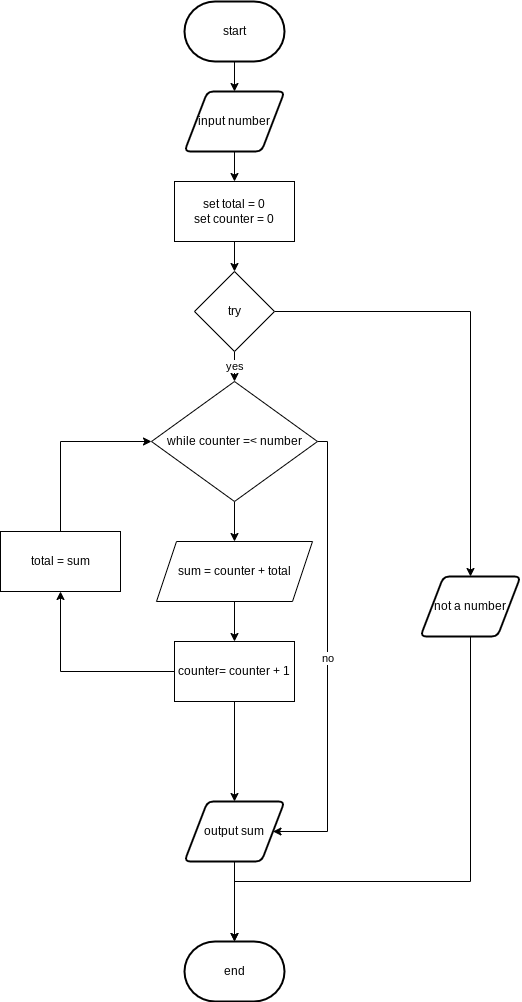
Earlier version of the draw.io export flow.png (devin-jhu/ICS3U-Unit4-03-Python). Source tidied: cells renumbered, new cells last; positions are measured from the earlier drawing's top-left corner, leaving out a move shared by most shapes. Its diagram source:
```xml
<mxGraphModel>
  <root>
    <mxCell id="0" />
    <mxCell id="1" parent="0" />
    <mxCell id="2" style="edgeStyle=none;html=1;exitX=0.5;exitY=1;exitDx=0;exitDy=0;exitPerimeter=0;entryX=0.5;entryY=0;entryDx=0;entryDy=0;" parent="1" edge="1" source="3" target="5">
      <mxGeometry relative="1" as="geometry" />
    </mxCell>
    <mxCell id="3" value="start" style="strokeWidth=2;html=1;shape=mxgraph.flowchart.terminator;whiteSpace=wrap;" parent="1" vertex="1">
      <mxGeometry x="184" width="100" height="60" as="geometry" />
    </mxCell>
    <mxCell id="4" style="edgeStyle=none;html=1;exitX=0.5;exitY=1;exitDx=0;exitDy=0;" parent="1" edge="1" source="5" target="18">
      <mxGeometry relative="1" as="geometry" />
    </mxCell>
    <mxCell id="5" value="input number" style="shape=parallelogram;html=1;strokeWidth=2;perimeter=parallelogramPerimeter;whiteSpace=wrap;rounded=1;arcSize=12;size=0.23;" parent="1" vertex="1">
      <mxGeometry x="184" y="90" width="100" height="60" as="geometry" />
    </mxCell>
    <mxCell id="6" style="edgeStyle=none;html=1;exitX=0.5;exitY=1;exitDx=0;exitDy=0;entryX=0.5;entryY=0;entryDx=0;entryDy=0;entryPerimeter=0;" parent="1" edge="1" source="7" target="8">
      <mxGeometry relative="1" as="geometry" />
    </mxCell>
    <mxCell id="7" value="output sum" style="shape=parallelogram;html=1;strokeWidth=2;perimeter=parallelogramPerimeter;whiteSpace=wrap;rounded=1;arcSize=12;size=0.23;" parent="1" vertex="1">
      <mxGeometry x="184" y="800" width="100" height="60" as="geometry" />
    </mxCell>
    <mxCell id="8" value="end" style="strokeWidth=2;html=1;shape=mxgraph.flowchart.terminator;whiteSpace=wrap;" parent="1" vertex="1">
      <mxGeometry x="184" y="940" width="100" height="60" as="geometry" />
    </mxCell>
    <mxCell id="9" value="yes" style="edgeStyle=none;html=1;exitX=0.5;exitY=1;exitDx=0;exitDy=0;entryX=0.5;entryY=0;entryDx=0;entryDy=0;" parent="1" edge="1" source="11" target="14">
      <mxGeometry relative="1" as="geometry" />
    </mxCell>
    <mxCell id="10" style="edgeStyle=orthogonalEdgeStyle;shape=connector;rounded=0;html=1;exitX=1;exitY=0.5;exitDx=0;exitDy=0;labelBackgroundColor=default;fontFamily=Helvetica;fontSize=11;fontColor=default;endArrow=classic;strokeColor=default;entryX=0.5;entryY=0;entryDx=0;entryDy=0;" parent="1" edge="1" source="11" target="26">
      <mxGeometry relative="1" as="geometry" />
    </mxCell>
    <mxCell id="11" value="try" style="rhombus;whiteSpace=wrap;html=1;" parent="1" vertex="1">
      <mxGeometry x="194" y="270" width="80" height="80" as="geometry" />
    </mxCell>
    <mxCell id="12" style="edgeStyle=none;html=1;entryX=0.5;entryY=0;entryDx=0;entryDy=0;" parent="1" edge="1" source="14" target="16">
      <mxGeometry relative="1" as="geometry" />
    </mxCell>
    <mxCell id="13" value="no" style="edgeStyle=orthogonalEdgeStyle;shape=connector;rounded=0;html=1;exitX=1;exitY=0.5;exitDx=0;exitDy=0;labelBackgroundColor=default;fontFamily=Helvetica;fontSize=11;fontColor=default;endArrow=classic;strokeColor=default;entryX=1;entryY=0.5;entryDx=0;entryDy=0;" parent="1" edge="1" source="14" target="7">
      <mxGeometry relative="1" as="geometry">
        <Array as="points">
          <mxPoint x="327" y="440" />
          <mxPoint x="327" y="830" />
        </Array>
      </mxGeometry>
    </mxCell>
    <mxCell id="14" value="while counter =&amp;lt; number" style="rhombus;whiteSpace=wrap;html=1;" parent="1" vertex="1">
      <mxGeometry x="151" y="380" width="166" height="120" as="geometry" />
    </mxCell>
    <mxCell id="15" style="edgeStyle=none;html=1;exitX=0.5;exitY=1;exitDx=0;exitDy=0;" parent="1" edge="1" source="16" target="22">
      <mxGeometry relative="1" as="geometry" />
    </mxCell>
    <mxCell id="16" value="sum = counter + total" style="shape=parallelogram;perimeter=parallelogramPerimeter;whiteSpace=wrap;html=1;fixedSize=1;" parent="1" vertex="1">
      <mxGeometry x="156" y="540" width="156" height="60" as="geometry" />
    </mxCell>
    <mxCell id="17" style="edgeStyle=none;html=1;exitX=0.5;exitY=1;exitDx=0;exitDy=0;entryX=0.5;entryY=0;entryDx=0;entryDy=0;" parent="1" edge="1" source="18" target="11">
      <mxGeometry relative="1" as="geometry" />
    </mxCell>
    <mxCell id="18" value="set total = 0&lt;br&gt;set counter = 0" style="rounded=0;whiteSpace=wrap;html=1;" parent="1" vertex="1">
      <mxGeometry x="174" y="180" width="120" height="60" as="geometry" />
    </mxCell>
    <mxCell id="19" style="edgeStyle=orthogonalEdgeStyle;html=1;exitX=0;exitY=0.5;exitDx=0;exitDy=0;entryX=0;entryY=0.5;entryDx=0;entryDy=0;strokeColor=none;" parent="1" edge="1" source="22" target="14">
      <mxGeometry relative="1" as="geometry" />
    </mxCell>
    <mxCell id="20" style="edgeStyle=orthogonalEdgeStyle;html=1;exitX=0;exitY=0.5;exitDx=0;exitDy=0;rounded=0;" parent="1" edge="1" source="22" target="24">
      <mxGeometry relative="1" as="geometry" />
    </mxCell>
    <mxCell id="21" style="edgeStyle=orthogonalEdgeStyle;shape=connector;rounded=0;html=1;exitX=0.5;exitY=1;exitDx=0;exitDy=0;entryX=0.5;entryY=0;entryDx=0;entryDy=0;labelBackgroundColor=default;fontFamily=Helvetica;fontSize=11;fontColor=default;endArrow=classic;strokeColor=default;" parent="1" edge="1" source="22" target="7">
      <mxGeometry relative="1" as="geometry" />
    </mxCell>
    <mxCell id="22" value="counter= counter + 1" style="rounded=0;whiteSpace=wrap;html=1;" parent="1" vertex="1">
      <mxGeometry x="174" y="640" width="120" height="60" as="geometry" />
    </mxCell>
    <mxCell id="23" style="edgeStyle=orthogonalEdgeStyle;html=1;exitX=0.5;exitY=0;exitDx=0;exitDy=0;entryX=0;entryY=0.5;entryDx=0;entryDy=0;rounded=0;" parent="1" edge="1" source="24" target="14">
      <mxGeometry relative="1" as="geometry" />
    </mxCell>
    <mxCell id="24" value="total = sum" style="rounded=0;whiteSpace=wrap;html=1;" parent="1" vertex="1">
      <mxGeometry y="530" width="120" height="60" as="geometry" />
    </mxCell>
    <mxCell id="25" style="edgeStyle=orthogonalEdgeStyle;shape=connector;rounded=0;html=1;exitX=0.5;exitY=1;exitDx=0;exitDy=0;entryX=0.5;entryY=0;entryDx=0;entryDy=0;entryPerimeter=0;labelBackgroundColor=default;fontFamily=Helvetica;fontSize=11;fontColor=default;endArrow=classic;strokeColor=default;" parent="1" edge="1" source="26" target="8">
      <mxGeometry relative="1" as="geometry">
        <Array as="points">
          <mxPoint x="470" y="880" />
          <mxPoint x="234" y="880" />
        </Array>
      </mxGeometry>
    </mxCell>
    <mxCell id="26" value="not a number" style="shape=parallelogram;html=1;strokeWidth=2;perimeter=parallelogramPerimeter;whiteSpace=wrap;rounded=1;arcSize=12;size=0.23;" parent="1" vertex="1">
      <mxGeometry x="420" y="575" width="100" height="60" as="geometry" />
    </mxCell>
  </root>
</mxGraphModel>
```
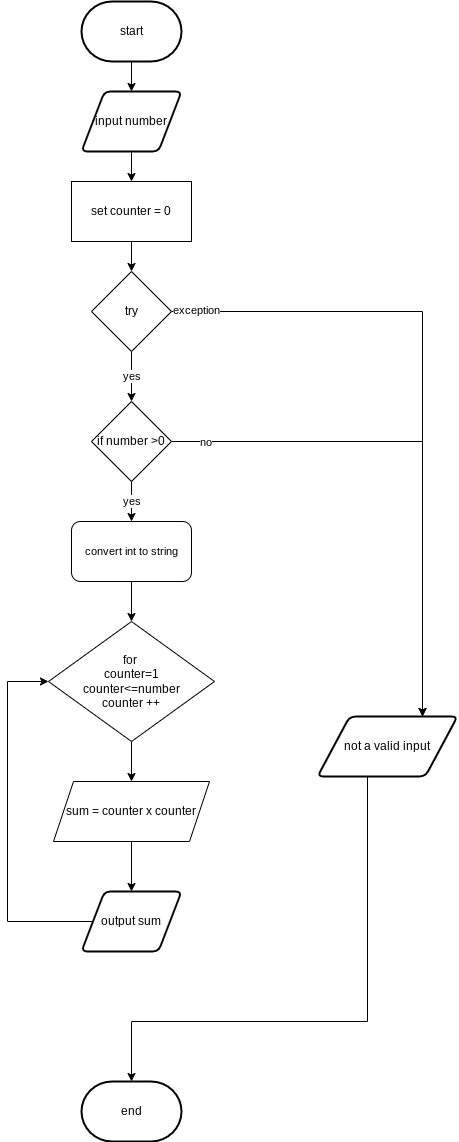
Later version of the same file.

What changed in the source:
```diff
@@ -14,78 +14,80 @@
     <mxCell id="5" value="input number" style="shape=parallelogram;html=1;strokeWidth=2;perimeter=parallelogramPerimeter;whiteSpace=wrap;rounded=1;arcSize=12;size=0.23;" parent="1" vertex="1">
       <mxGeometry x="184" y="90" width="100" height="60" as="geometry" />
     </mxCell>
-    <mxCell id="6" style="edgeStyle=none;html=1;exitX=0.5;exitY=1;exitDx=0;exitDy=0;entryX=0.5;entryY=0;entryDx=0;entryDy=0;entryPerimeter=0;" parent="1" edge="1" source="7" target="8">
-      <mxGeometry relative="1" as="geometry" />
-    </mxCell>
+    <mxCell id="27" style="edgeStyle=orthogonalEdgeStyle;shape=connector;rounded=0;html=1;exitX=0;exitY=0.5;exitDx=0;exitDy=0;entryX=0;entryY=0.5;entryDx=0;entryDy=0;labelBackgroundColor=default;fontFamily=Helvetica;fontSize=11;fontColor=default;endArrow=classic;strokeColor=default;" parent="1" edge="1" source="7" target="14">
+      <mxGeometry relative="1" as="geometry">
+        <Array as="points">
+          <mxPoint x="110" y="920" />
+          <mxPoint x="110" y="680" />
+        </Array>
+      </mxGeometry>
+    </mxCell>
     <mxCell id="7" value="output sum" style="shape=parallelogram;html=1;strokeWidth=2;perimeter=parallelogramPerimeter;whiteSpace=wrap;rounded=1;arcSize=12;size=0.23;" parent="1" vertex="1">
-      <mxGeometry x="184" y="800" width="100" height="60" as="geometry" />
+      <mxGeometry x="184" y="890" width="100" height="60" as="geometry" />
     </mxCell>
     <mxCell id="8" value="end" style="strokeWidth=2;html=1;shape=mxgraph.flowchart.terminator;whiteSpace=wrap;" parent="1" vertex="1">
-      <mxGeometry x="184" y="940" width="100" height="60" as="geometry" />
+      <mxGeometry x="184" y="1080" width="100" height="60" as="geometry" />
     </mxCell>
-    <mxCell id="9" value="yes" style="edgeStyle=none;html=1;exitX=0.5;exitY=1;exitDx=0;exitDy=0;entryX=0.5;entryY=0;entryDx=0;entryDy=0;" parent="1" edge="1" source="11" target="14">
-      <mxGeometry relative="1" as="geometry" />
-    </mxCell>
-    <mxCell id="10" style="edgeStyle=orthogonalEdgeStyle;shape=connector;rounded=0;html=1;exitX=1;exitY=0.5;exitDx=0;exitDy=0;labelBackgroundColor=default;fontFamily=Helvetica;fontSize=11;fontColor=default;endArrow=classic;strokeColor=default;entryX=0.5;entryY=0;entryDx=0;entryDy=0;" parent="1" edge="1" source="11" target="26">
-      <mxGeometry relative="1" as="geometry" />
-    </mxCell>
-    <mxCell id="11" value="try" style="rhombus;whiteSpace=wrap;html=1;" parent="1" vertex="1">
-      <mxGeometry x="194" y="270" width="80" height="80" as="geometry" />
-    </mxCell>
     <mxCell id="12" style="edgeStyle=none;html=1;entryX=0.5;entryY=0;entryDx=0;entryDy=0;" parent="1" edge="1" source="14" target="16">
       <mxGeometry relative="1" as="geometry" />
     </mxCell>
-    <mxCell id="13" value="no" style="edgeStyle=orthogonalEdgeStyle;shape=connector;rounded=0;html=1;exitX=1;exitY=0.5;exitDx=0;exitDy=0;labelBackgroundColor=default;fontFamily=Helvetica;fontSize=11;fontColor=default;endArrow=classic;strokeColor=default;entryX=1;entryY=0.5;entryDx=0;entryDy=0;" parent="1" edge="1" source="14" target="7">
-      <mxGeometry relative="1" as="geometry">
-        <Array as="points">
-          <mxPoint x="327" y="440" />
-          <mxPoint x="327" y="830" />
-        </Array>
-      </mxGeometry>
-    </mxCell>
-    <mxCell id="14" value="while counter =&amp;lt; number" style="rhombus;whiteSpace=wrap;html=1;" parent="1" vertex="1">
-      <mxGeometry x="151" y="380" width="166" height="120" as="geometry" />
+    <mxCell id="14" value="for&amp;nbsp;&lt;br&gt;counter=1&lt;br&gt;counter&amp;lt;=number&lt;br&gt;counter ++" style="rhombus;whiteSpace=wrap;html=1;" parent="1" vertex="1">
+      <mxGeometry x="151" y="620" width="166" height="120" as="geometry" />
     </mxCell>
-    <mxCell id="15" style="edgeStyle=none;html=1;exitX=0.5;exitY=1;exitDx=0;exitDy=0;" parent="1" edge="1" source="16" target="22">
-      <mxGeometry relative="1" as="geometry" />
-    </mxCell>
+    <mxCell id="28" style="edgeStyle=orthogonalEdgeStyle;shape=connector;rounded=0;html=1;exitX=0.5;exitY=1;exitDx=0;exitDy=0;entryX=0.5;entryY=0;entryDx=0;entryDy=0;labelBackgroundColor=default;fontFamily=Helvetica;fontSize=11;fontColor=default;endArrow=classic;strokeColor=default;" parent="1" edge="1" source="16" target="7">
+      <mxGeometry relative="1" as="geometry" />
+    </mxCell>
-    <mxCell id="16" value="sum = counter + total" style="shape=parallelogram;perimeter=parallelogramPerimeter;whiteSpace=wrap;html=1;fixedSize=1;" parent="1" vertex="1">
-      <mxGeometry x="156" y="540" width="156" height="60" as="geometry" />
+    <mxCell id="16" value="sum = counter x counter" style="shape=parallelogram;perimeter=parallelogramPerimeter;whiteSpace=wrap;html=1;fixedSize=1;" parent="1" vertex="1">
+      <mxGeometry x="156" y="780" width="156" height="60" as="geometry" />
     </mxCell>
-    <mxCell id="17" style="edgeStyle=none;html=1;exitX=0.5;exitY=1;exitDx=0;exitDy=0;entryX=0.5;entryY=0;entryDx=0;entryDy=0;" parent="1" edge="1" source="18" target="11">
-      <mxGeometry relative="1" as="geometry" />
+    <mxCell id="17" style="edgeStyle=none;html=1;exitX=0.5;exitY=1;exitDx=0;exitDy=0;entryX=0.5;entryY=0;entryDx=0;entryDy=0;" parent="1" edge="1" source="18">
+      <mxGeometry relative="1" as="geometry">
+        <mxPoint x="234" y="270" as="targetPoint" />
+      </mxGeometry>
     </mxCell>
-    <mxCell id="18" value="set total = 0&lt;br&gt;set counter = 0" style="rounded=0;whiteSpace=wrap;html=1;" parent="1" vertex="1">
+    <mxCell id="18" value="set counter = 0" style="rounded=0;whiteSpace=wrap;html=1;" parent="1" vertex="1">
       <mxGeometry x="174" y="180" width="120" height="60" as="geometry" />
     </mxCell>
-    <mxCell id="19" style="edgeStyle=orthogonalEdgeStyle;html=1;exitX=0;exitY=0.5;exitDx=0;exitDy=0;entryX=0;entryY=0.5;entryDx=0;entryDy=0;strokeColor=none;" parent="1" edge="1" source="22" target="14">
-      <mxGeometry relative="1" as="geometry" />
-    </mxCell>
-    <mxCell id="20" style="edgeStyle=orthogonalEdgeStyle;html=1;exitX=0;exitY=0.5;exitDx=0;exitDy=0;rounded=0;" parent="1" edge="1" source="22" target="24">
-      <mxGeometry relative="1" as="geometry" />
-    </mxCell>
-    <mxCell id="21" style="edgeStyle=orthogonalEdgeStyle;shape=connector;rounded=0;html=1;exitX=0.5;exitY=1;exitDx=0;exitDy=0;entryX=0.5;entryY=0;entryDx=0;entryDy=0;labelBackgroundColor=default;fontFamily=Helvetica;fontSize=11;fontColor=default;endArrow=classic;strokeColor=default;" parent="1" edge="1" source="22" target="7">
-      <mxGeometry relative="1" as="geometry" />
-    </mxCell>
-    <mxCell id="22" value="counter= counter + 1" style="rounded=0;whiteSpace=wrap;html=1;" parent="1" vertex="1">
-      <mxGeometry x="174" y="640" width="120" height="60" as="geometry" />
-    </mxCell>
-    <mxCell id="23" style="edgeStyle=orthogonalEdgeStyle;html=1;exitX=0.5;exitY=0;exitDx=0;exitDy=0;entryX=0;entryY=0.5;entryDx=0;entryDy=0;rounded=0;" parent="1" edge="1" source="24" target="14">
-      <mxGeometry relative="1" as="geometry" />
-    </mxCell>
-    <mxCell id="24" value="total = sum" style="rounded=0;whiteSpace=wrap;html=1;" parent="1" vertex="1">
-      <mxGeometry y="530" width="120" height="60" as="geometry" />
-    </mxCell>
     <mxCell id="25" style="edgeStyle=orthogonalEdgeStyle;shape=connector;rounded=0;html=1;exitX=0.5;exitY=1;exitDx=0;exitDy=0;entryX=0.5;entryY=0;entryDx=0;entryDy=0;entryPerimeter=0;labelBackgroundColor=default;fontFamily=Helvetica;fontSize=11;fontColor=default;endArrow=classic;strokeColor=default;" parent="1" edge="1" source="26" target="8">
       <mxGeometry relative="1" as="geometry">
         <Array as="points">
-          <mxPoint x="470" y="880" />
-          <mxPoint x="234" y="880" />
+          <mxPoint x="470" y="1020" />
+          <mxPoint x="234" y="1020" />
         </Array>
       </mxGeometry>
     </mxCell>
-    <mxCell id="26" value="not a number" style="shape=parallelogram;html=1;strokeWidth=2;perimeter=parallelogramPerimeter;whiteSpace=wrap;rounded=1;arcSize=12;size=0.23;" parent="1" vertex="1">
-      <mxGeometry x="420" y="575" width="100" height="60" as="geometry" />
+    <mxCell id="26" value="not a valid input" style="shape=parallelogram;html=1;strokeWidth=2;perimeter=parallelogramPerimeter;whiteSpace=wrap;rounded=1;arcSize=12;size=0.23;" parent="1" vertex="1">
+      <mxGeometry x="420" y="715" width="140" height="60" as="geometry" />
     </mxCell>
+    <mxCell id="29" value="yes" style="edgeStyle=orthogonalEdgeStyle;shape=connector;rounded=0;html=1;exitX=0.5;exitY=1;exitDx=0;exitDy=0;entryX=0.5;entryY=0;entryDx=0;entryDy=0;labelBackgroundColor=default;fontFamily=Helvetica;fontSize=11;fontColor=default;endArrow=classic;strokeColor=default;" parent="1" edge="1" source="11" target="33">
+      <mxGeometry relative="1" as="geometry" />
+    </mxCell>
+    <mxCell id="10" style="edgeStyle=orthogonalEdgeStyle;shape=connector;rounded=0;html=1;exitX=1;exitY=0.5;exitDx=0;exitDy=0;entryX=0.75;entryY=0;entryDx=0;entryDy=0;labelBackgroundColor=default;fontFamily=Helvetica;fontSize=11;fontColor=default;endArrow=classic;strokeColor=default;" parent="1" edge="1" source="11" target="26">
+      <mxGeometry relative="1" as="geometry" />
+    </mxCell>
+    <mxCell id="30" value="exception" style="edgeLabel;html=1;align=center;verticalAlign=middle;fontSize=11;fontFamily=Helvetica;fontColor=default;" parent="10" vertex="1">
+      <mxGeometry x="-0.93" y="2" relative="1" as="geometry" />
+    </mxCell>
+    <mxCell id="11" value="try" style="rhombus;whiteSpace=wrap;html=1;" parent="1" vertex="1">
+      <mxGeometry x="194" y="270" width="80" height="80" as="geometry" />
+    </mxCell>
+    <mxCell id="31" value="yes" style="edgeStyle=orthogonalEdgeStyle;shape=connector;rounded=0;html=1;exitX=0.5;exitY=1;exitDx=0;exitDy=0;labelBackgroundColor=default;fontFamily=Helvetica;fontSize=11;fontColor=default;endArrow=classic;strokeColor=default;" parent="1" edge="1" source="33" target="35">
+      <mxGeometry relative="1" as="geometry" />
+    </mxCell>
+    <mxCell id="32" style="edgeStyle=orthogonalEdgeStyle;shape=connector;rounded=0;html=1;exitX=1;exitY=0.5;exitDx=0;exitDy=0;entryX=0.75;entryY=0;entryDx=0;entryDy=0;labelBackgroundColor=default;fontFamily=Helvetica;fontSize=11;fontColor=default;endArrow=classic;strokeColor=default;" parent="1" edge="1" source="33" target="26">
+      <mxGeometry relative="1" as="geometry" />
+    </mxCell>
+    <mxCell id="13" value="no" style="edgeLabel;html=1;align=center;verticalAlign=middle;fontSize=11;fontFamily=Helvetica;fontColor=default;" parent="32" vertex="1">
+      <mxGeometry x="-0.88" relative="1" as="geometry" />
+    </mxCell>
+    <mxCell id="33" value="if number &amp;gt;0" style="rhombus;whiteSpace=wrap;html=1;" parent="1" vertex="1">
+      <mxGeometry x="194" y="400" width="80" height="80" as="geometry" />
+    </mxCell>
+    <mxCell id="34" style="edgeStyle=orthogonalEdgeStyle;shape=connector;rounded=0;html=1;exitX=0.5;exitY=1;exitDx=0;exitDy=0;entryX=0.5;entryY=0;entryDx=0;entryDy=0;labelBackgroundColor=default;fontFamily=Helvetica;fontSize=11;fontColor=default;endArrow=classic;strokeColor=default;" parent="1" edge="1" source="35" target="14">
+      <mxGeometry relative="1" as="geometry" />
+    </mxCell>
+    <mxCell id="35" value="convert int to string" style="rounded=1;whiteSpace=wrap;html=1;fontFamily=Helvetica;fontSize=11;fontColor=default;" parent="1" vertex="1">
+      <mxGeometry x="174" y="520" width="120" height="60" as="geometry" />
+    </mxCell>
   </root>
 </mxGraphModel>
```
